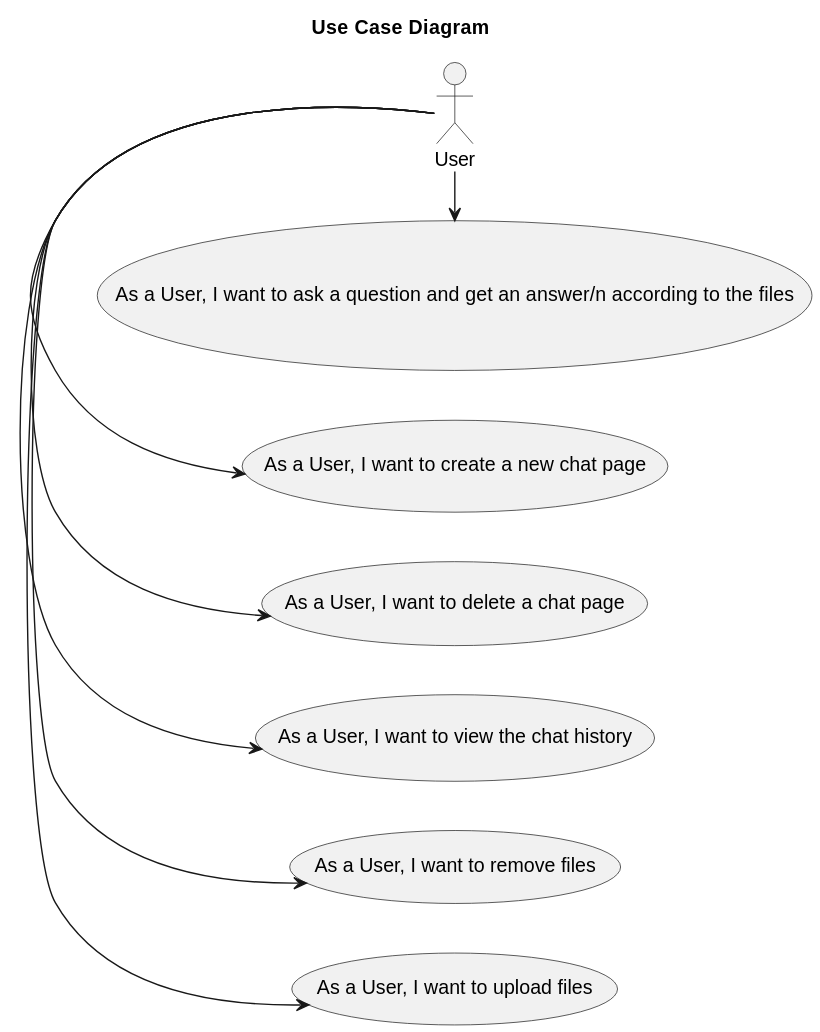
Ana6363/RAGSystem_Wiki keeps this PlantUML diagram as UseCaseDiagram.svg. Above is the earlier version.
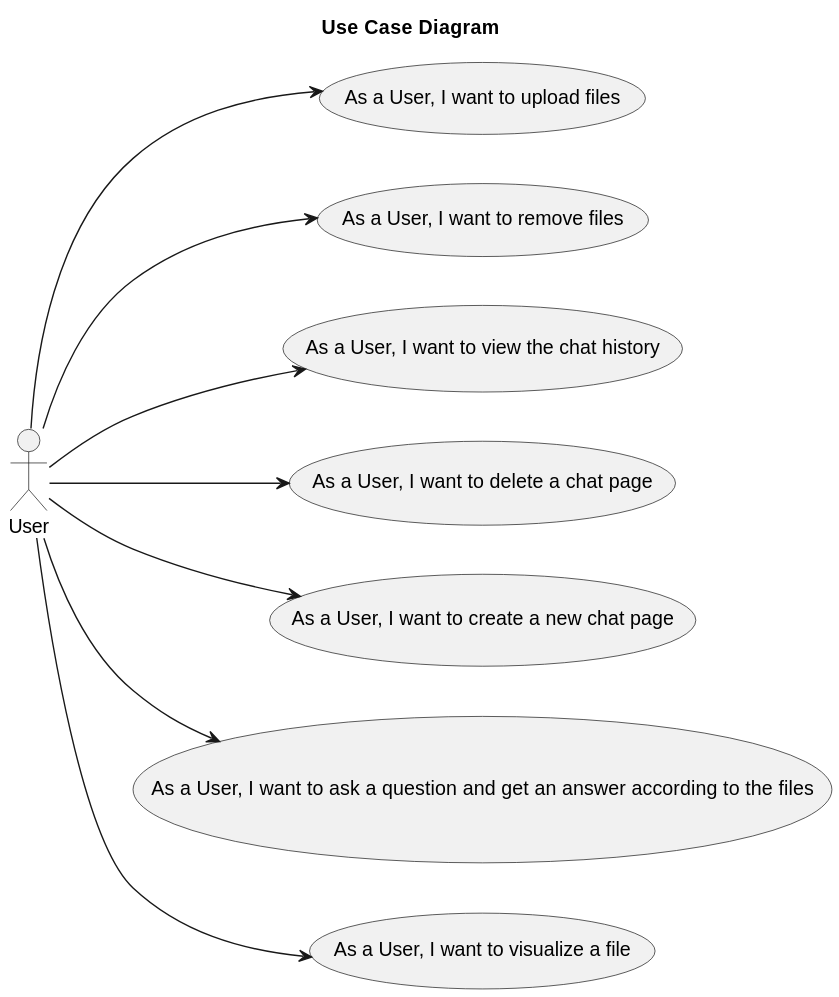
The same file after the commit.

Commit message:
use case diagram svg

The edit, as a diff of the source:
```diff
@@ -6,10 +6,11 @@
 
 :User: as User
 
-User -> (As a User, I want to upload files)
-User -> (As a User, I want to remove files)
-User -> (As a User, I want to view the chat history)
-User -> (As a User, I want to delete a chat page)
-User -> (As a User, I want to create a new chat page)
-User -> (As a User, I want to ask a question and get an answer/n according to the files)
+User --> (As a User, I want to upload files)
+User --> (As a User, I want to remove files)
+User --> (As a User, I want to view the chat history)
+User --> (As a User, I want to delete a chat page)
+User --> (As a User, I want to create a new chat page)
+User --> (As a User, I want to ask a question and get an answer according to the files)
+User --> (As a User, I want to visualize a file)
 @enduml
```
